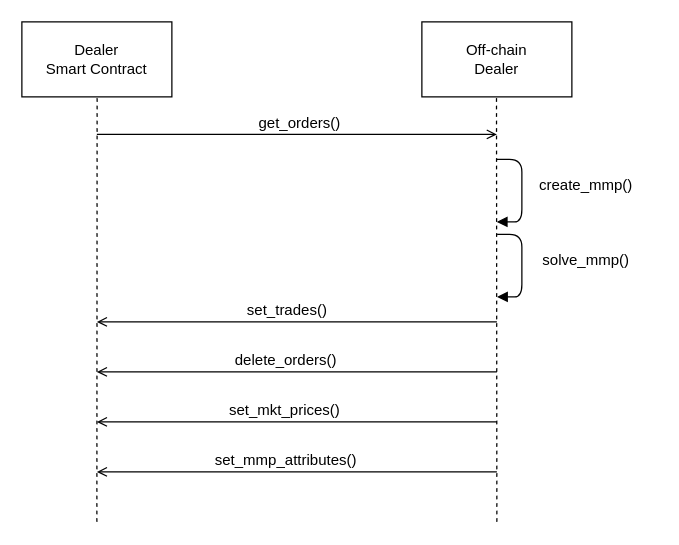
nreinhol/master_thesis keeps this draw.io diagram as figures/xml/dealers_mmp.drawio. Above is the earlier version. Source tidied: cells renumbered, new cells numbered last; positions are measured from the earlier drawing's top-left corner, leaving out a move shared by most shapes. Both pictures are drawn from the tidied source at 125%, with x=0, y=0 at pixel (21, 21).
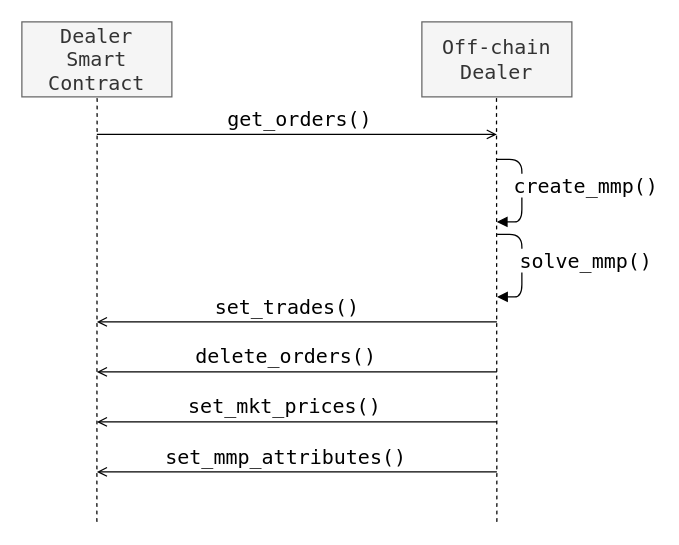
The same diagram, later.

Diff of the diagram source:
```diff
@@
-    <mxCell id="2" value="Dealer&lt;br&gt;Smart Contract" style="rounded=0;whiteSpace=wrap;html=1;" parent="1" vertex="1">
+    <mxCell id="2" value="Dealer&lt;br style=&quot;font-size: 16px;&quot;&gt;Smart Contract" style="rounded=0;whiteSpace=wrap;html=1;fillColor=#f5f5f5;strokeColor=#666666;fontColor=#333333;fontFamily=Lucida Console;fontSize=16;" parent="1" vertex="1">
       <mxGeometry width="120" height="60" as="geometry" />
     </mxCell>
-    <mxCell id="3" value="Off-chain&lt;br&gt;Dealer" style="rounded=0;whiteSpace=wrap;html=1;" parent="1" vertex="1">
+    <mxCell id="3" value="Off-chain&lt;br style=&quot;font-size: 16px;&quot;&gt;Dealer" style="rounded=0;whiteSpace=wrap;html=1;fillColor=#f5f5f5;strokeColor=#666666;fontColor=#333333;fontFamily=Lucida Console;fontSize=16;" parent="1" vertex="1">
       <mxGeometry x="320" width="120" height="60" as="geometry" />
     </mxCell>
-    <mxCell id="4" style="endArrow=none;dashed=1;html=1;entryX=0.46;entryY=1.031;entryDx=0;entryDy=0;entryPerimeter=0;" parent="1" edge="1">
+    <mxCell id="4" style="endArrow=none;dashed=1;html=1;entryX=0.46;entryY=1.031;entryDx=0;entryDy=0;entryPerimeter=0;fontFamily=Lucida Console;" parent="1" edge="1">
       <mxGeometry relative="1" as="geometry">
         <mxPoint x="380" y="400" as="sourcePoint" />
         <mxPoint x="379.7" y="59.9" as="targetPoint" />
       </mxGeometry>
     </mxCell>
-    <mxCell id="5" style="endArrow=none;dashed=1;html=1;entryX=0.46;entryY=1.031;entryDx=0;entryDy=0;entryPerimeter=0;" parent="1" edge="1">
+    <mxCell id="5" style="endArrow=none;dashed=1;html=1;entryX=0.46;entryY=1.031;entryDx=0;entryDy=0;entryPerimeter=0;fontFamily=Lucida Console;" parent="1" edge="1">
       <mxGeometry relative="1" as="geometry">
         <mxPoint x="60" y="400" as="sourcePoint" />
         <mxPoint x="60.2" y="59.9" as="targetPoint" />
       </mxGeometry>
     </mxCell>
-    <mxCell id="6" style="endArrow=none;html=1;endFill=0;startArrow=open;startFill=0;" parent="1" edge="1">
+    <mxCell id="6" style="endArrow=none;html=1;endFill=0;startArrow=open;startFill=0;fontFamily=Lucida Console;" parent="1" edge="1">
       <mxGeometry relative="1" as="geometry">
         <mxPoint x="380" y="90" as="sourcePoint" />
         <mxPoint x="60" y="90" as="targetPoint" />
       </mxGeometry>
     </mxCell>
-    <mxCell id="7" value="get_orders()" style="text;html=1;align=center;verticalAlign=middle;labelBackgroundColor=#ffffff;" parent="6" vertex="1">
+    <mxCell id="7" value="get_orders()" style="text;html=1;align=center;verticalAlign=middle;labelBackgroundColor=#ffffff;fontFamily=Lucida Console;fontSize=16;" parent="6" vertex="1">
       <mxGeometry x="0.09" y="-2" relative="1" as="geometry">
-        <mxPoint x="15" y="-8" as="offset" />
+        <mxPoint x="15" y="-11" as="offset" />
       </mxGeometry>
     </mxCell>
-    <mxCell id="8" style="endArrow=none;html=1;endFill=0;startArrow=block;startFill=1;edgeStyle=orthogonalEdgeStyle;" parent="1" edge="1">
+    <mxCell id="8" style="endArrow=none;html=1;endFill=0;startArrow=block;startFill=1;edgeStyle=orthogonalEdgeStyle;fontFamily=Lucida Console;" parent="1" edge="1">
       <mxGeometry relative="1" as="geometry">
         <mxPoint x="380" y="160" as="sourcePoint" />
         <mxPoint x="380" y="110" as="targetPoint" />
         <Array as="points">
           <mxPoint x="400" y="160" />
           <mxPoint x="400" y="110" />
         </Array>
       </mxGeometry>
     </mxCell>
-    <mxCell id="9" value="create_mmp()" style="text;html=1;align=center;verticalAlign=middle;labelBackgroundColor=#ffffff;" parent="8" vertex="1">
+    <mxCell id="9" value="create_mmp()" style="text;html=1;align=center;verticalAlign=middle;labelBackgroundColor=#ffffff;fontFamily=Lucida Console;fontSize=16;" parent="8" vertex="1">
       <mxGeometry x="-0.02" y="1" relative="1" as="geometry">
         <mxPoint x="51" y="-5.5" as="offset" />
       </mxGeometry>
     </mxCell>
-    <mxCell id="10" style="endArrow=none;html=1;endFill=0;startArrow=block;startFill=1;edgeStyle=orthogonalEdgeStyle;" parent="1" edge="1">
+    <mxCell id="10" style="endArrow=none;html=1;endFill=0;startArrow=block;startFill=1;edgeStyle=orthogonalEdgeStyle;fontFamily=Lucida Console;" parent="1" edge="1">
       <mxGeometry relative="1" as="geometry">
         <mxPoint x="380.2" y="220" as="sourcePoint" />
         <mxPoint x="380.2" y="170" as="targetPoint" />
         <Array as="points">
           <mxPoint x="400" y="220" />
           <mxPoint x="400" y="170" />
         </Array>
       </mxGeometry>
     </mxCell>
-    <mxCell id="11" value="solve_mmp()" style="text;html=1;align=center;verticalAlign=middle;labelBackgroundColor=#ffffff;" parent="10" vertex="1">
+    <mxCell id="11" value="solve_mmp()" style="text;html=1;align=center;verticalAlign=middle;labelBackgroundColor=#ffffff;fontFamily=Lucida Console;fontSize=16;" parent="10" vertex="1">
       <mxGeometry x="-0.02" y="1" relative="1" as="geometry">
         <mxPoint x="51" y="-5.5" as="offset" />
       </mxGeometry>
     </mxCell>
-    <mxCell id="12" style="endArrow=open;html=1;endFill=0;startArrow=none;startFill=0;" parent="1" edge="1">
+    <mxCell id="12" style="endArrow=open;html=1;endFill=0;startArrow=none;startFill=0;fontFamily=Lucida Console;" parent="1" edge="1">
       <mxGeometry relative="1" as="geometry">
         <mxPoint x="380" y="240" as="sourcePoint" />
         <mxPoint x="60" y="240" as="targetPoint" />
       </mxGeometry>
     </mxCell>
-    <mxCell id="13" value="set_trades()" style="text;html=1;align=center;verticalAlign=middle;labelBackgroundColor=#ffffff;" parent="12" vertex="1">
+    <mxCell id="13" value="set_trades()" style="text;html=1;align=center;verticalAlign=middle;labelBackgroundColor=#ffffff;fontFamily=Lucida Console;fontSize=16;" parent="12" vertex="1">
       <mxGeometry x="-0.31" y="-1" relative="1" as="geometry">
-        <mxPoint x="-59" y="-9" as="offset" />
+        <mxPoint x="-59" y="-12" as="offset" />
       </mxGeometry>
     </mxCell>
-    <mxCell id="14" style="endArrow=open;html=1;endFill=0;startArrow=none;startFill=0;" parent="1" edge="1">
+    <mxCell id="14" style="endArrow=open;html=1;endFill=0;startArrow=none;startFill=0;fontFamily=Lucida Console;" parent="1" edge="1">
       <mxGeometry relative="1" as="geometry">
         <mxPoint x="380" y="280" as="sourcePoint" />
         <mxPoint x="60" y="280" as="targetPoint" />
       </mxGeometry>
     </mxCell>
-    <mxCell id="15" value="delete_orders()" style="text;html=1;align=center;verticalAlign=middle;labelBackgroundColor=#ffffff;" parent="14" vertex="1">
+    <mxCell id="15" value="delete_orders()" style="text;html=1;align=center;verticalAlign=middle;labelBackgroundColor=#ffffff;fontFamily=Lucida Console;fontSize=16;" parent="14" vertex="1">
       <mxGeometry x="-0.13" y="1" relative="1" as="geometry">
-        <mxPoint x="-31" y="-11" as="offset" />
+        <mxPoint x="-31" y="-15" as="offset" />
       </mxGeometry>
     </mxCell>
-    <mxCell id="16" style="endArrow=open;html=1;endFill=0;startArrow=none;startFill=0;" parent="1" edge="1">
+    <mxCell id="16" style="endArrow=open;html=1;endFill=0;startArrow=none;startFill=0;fontFamily=Lucida Console;" parent="1" edge="1">
       <mxGeometry relative="1" as="geometry">
         <mxPoint x="380" y="320" as="sourcePoint" />
         <mxPoint x="60" y="320" as="targetPoint" />
       </mxGeometry>
     </mxCell>
-    <mxCell id="17" value="set_mkt_prices()" style="text;html=1;align=center;verticalAlign=middle;labelBackgroundColor=#ffffff;" parent="16" vertex="1">
+    <mxCell id="17" value="set_mkt_prices()" style="text;html=1;align=center;verticalAlign=middle;labelBackgroundColor=#ffffff;fontFamily=Lucida Console;fontSize=16;" parent="16" vertex="1">
       <mxGeometry x="-0.09" y="1" relative="1" as="geometry">
-        <mxPoint x="-24.5" y="-11" as="offset" />
+        <mxPoint x="-24.5" y="-15" as="offset" />
       </mxGeometry>
     </mxCell>
-    <mxCell id="18" style="endArrow=open;html=1;endFill=0;startArrow=none;startFill=0;" parent="1" edge="1">
+    <mxCell id="18" style="endArrow=open;html=1;endFill=0;startArrow=none;startFill=0;fontFamily=Lucida Console;" parent="1" edge="1">
       <mxGeometry relative="1" as="geometry">
         <mxPoint x="380" y="360" as="sourcePoint" />
         <mxPoint x="60" y="360" as="targetPoint" />
       </mxGeometry>
     </mxCell>
-    <mxCell id="19" value="set_mmp_attributes()" style="text;html=1;align=center;verticalAlign=middle;labelBackgroundColor=#ffffff;" parent="18" vertex="1">
+    <mxCell id="19" value="set_mmp_attributes()" style="text;html=1;align=center;verticalAlign=middle;labelBackgroundColor=#ffffff;fontFamily=Lucida Console;fontSize=16;" parent="18" vertex="1">
       <mxGeometry x="-0.04" y="-2" relative="1" as="geometry">
-        <mxPoint x="-16" y="-8" as="offset" />
+        <mxPoint x="-16" y="-11" as="offset" />
       </mxGeometry>
     </mxCell>
```
